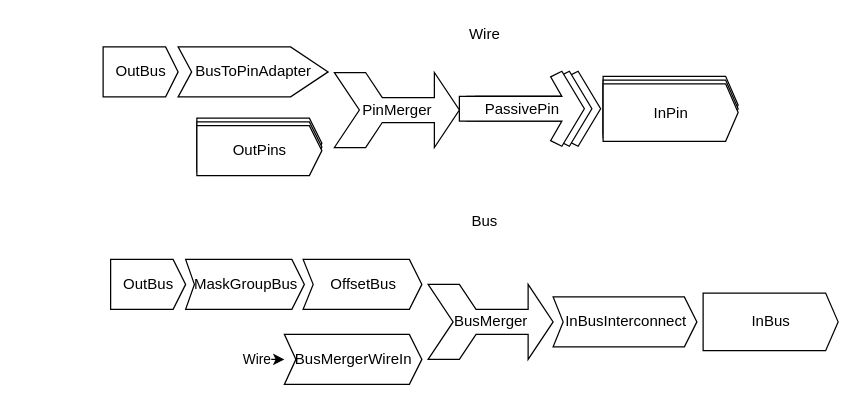
kopavel/KiCadLogicalSchemeSimulator keeps this draw.io diagram as stuff/model.drawio. Above is the earlier version. Source tidied: cells renumbered, new cells numbered last; positions are measured from the earlier drawing's top-left corner, leaving out a move shared by most shapes. Both pictures are drawn from the tidied source at 125%, with x=0, y=0 at pixel (102, 21).
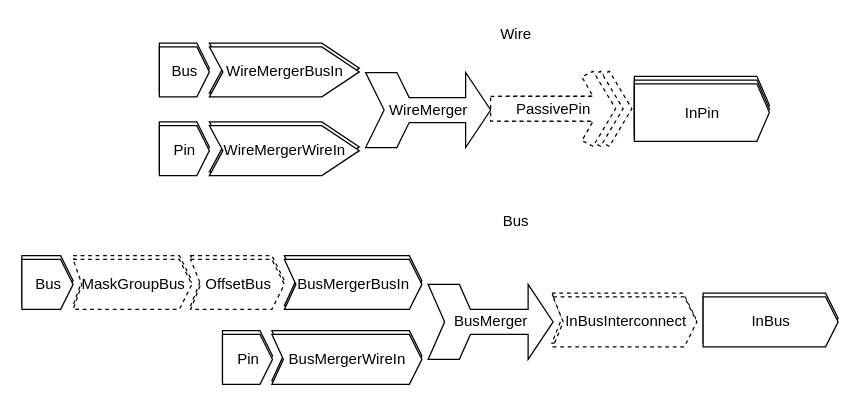
Above is the later version.

Diff of the diagram source:
```diff
@@
+    <mxCell id="25" style="html=1;shadow=0;dashed=0;align=center;verticalAlign=middle;shape=mxgraph.arrows2.arrow;dy=0;dx=10;notch=9.23;" parent="1" vertex="1">
+      <mxGeometry x="145" y="187" width="110" height="40" as="geometry" />
+    </mxCell>
+    <mxCell id="26" style="html=1;shadow=0;dashed=0;align=center;verticalAlign=middle;shape=mxgraph.arrows2.arrow;dy=0;dx=30;notch=10.83;" parent="1" vertex="1">
+      <mxGeometry x="85" y="80" width="120" height="40" as="geometry" />
+    </mxCell>
+    <mxCell id="27" style="html=1;shadow=0;dashed=0;align=center;verticalAlign=middle;shape=mxgraph.arrows2.arrow;dy=0;dx=10;notch=0;" parent="1" vertex="1">
+      <mxGeometry x="480" y="217" width="108" height="40" as="geometry" />
+    </mxCell>
+    <mxCell id="28" style="html=1;shadow=0;dashed=1;align=center;verticalAlign=middle;shape=mxgraph.arrows2.arrow;dy=0;dx=10;notch=8.03;" parent="1" vertex="1">
+      <mxGeometry x="359" y="217" width="115" height="40" as="geometry" />
+    </mxCell>
+    <mxCell id="29" style="html=1;shadow=0;dashed=0;align=center;verticalAlign=middle;shape=mxgraph.arrows2.arrow;dy=0;dx=10;notch=9.23;" parent="1" vertex="1">
+      <mxGeometry x="135" y="247" width="120" height="40" as="geometry" />
+    </mxCell>
+    <mxCell id="30" style="html=1;shadow=0;dashed=0;align=center;verticalAlign=middle;shape=mxgraph.arrows2.arrow;dy=0;dx=10;notch=0;" parent="1" vertex="1">
+      <mxGeometry x="-65" y="187" width="41" height="40" as="geometry" />
+    </mxCell>
+    <mxCell id="31" style="html=1;shadow=0;dashed=1;align=center;verticalAlign=middle;shape=mxgraph.arrows2.arrow;dy=0;dx=10;notch=7.02;" parent="1" vertex="1">
+      <mxGeometry x="-24" y="187" width="95" height="40" as="geometry" />
+    </mxCell>
+    <mxCell id="32" style="html=1;shadow=0;dashed=1;align=center;verticalAlign=middle;shape=mxgraph.arrows2.arrow;dy=0;dx=10;notch=8.03;" parent="1" vertex="1">
+      <mxGeometry x="70" y="187" width="75" height="40" as="geometry" />
+    </mxCell>
+    <mxCell id="33" style="html=1;shadow=0;dashed=0;align=center;verticalAlign=middle;shape=mxgraph.arrows2.arrow;dy=0;dx=10;notch=0;" parent="1" vertex="1">
+      <mxGeometry x="45" y="17" width="40" height="40" as="geometry" />
+    </mxCell>
+    <mxCell id="34" style="html=1;shadow=0;dashed=0;align=center;verticalAlign=middle;shape=mxgraph.arrows2.arrow;dy=0;dx=30;notch=10.83;" parent="1" vertex="1">
+      <mxGeometry x="85" y="17" width="120" height="40" as="geometry" />
+    </mxCell>
-    <mxCell id="2" style="html=1;shadow=0;dashed=0;align=center;verticalAlign=middle;shape=mxgraph.arrows2.sharpArrow2;dy1=0.67;dx1=18;dx2=18;dy3=0.15;dx3=27;notch=0;" parent="1" vertex="1">
-      <mxGeometry x="298" y="39.5" width="100" height="60" as="geometry" />
+    <mxCell id="2" style="html=1;shadow=0;dashed=1;align=center;verticalAlign=middle;shape=mxgraph.arrows2.sharpArrow2;dy1=0.67;dx1=18;dx2=18;dy3=0.15;dx3=27;notch=0;" parent="1" vertex="1">
+      <mxGeometry x="323" y="39.5" width="100" height="60" as="geometry" />
     </mxCell>
-    <mxCell id="3" style="html=1;shadow=0;dashed=0;align=center;verticalAlign=middle;shape=mxgraph.arrows2.sharpArrow2;dy1=0.67;dx1=18;dx2=18;dy3=0.15;dx3=27;notch=0;" parent="1" vertex="1">
-      <mxGeometry x="291" y="39.5" width="100" height="60" as="geometry" />
+    <mxCell id="3" style="html=1;shadow=0;dashed=1;align=center;verticalAlign=middle;shape=mxgraph.arrows2.sharpArrow2;dy1=0.67;dx1=18;dx2=18;dy3=0.15;dx3=27;notch=0;" parent="1" vertex="1">
+      <mxGeometry x="316" y="39.5" width="100" height="60" as="geometry" />
     </mxCell>
     <mxCell id="4" style="html=1;shadow=0;dashed=0;align=center;verticalAlign=middle;shape=mxgraph.arrows2.arrow;dy=0;dx=10;notch=0;" parent="1" vertex="1">
-      <mxGeometry x="75" y="77" width="100" height="40" as="geometry" />
+      <mxGeometry x="45" y="80" width="40" height="40" as="geometry" />
     </mxCell>
-    <mxCell id="5" style="html=1;shadow=0;dashed=0;align=center;verticalAlign=middle;shape=mxgraph.arrows2.arrow;dy=0;dx=10;notch=0;" parent="1" vertex="1">
-      <mxGeometry x="75" y="80" width="100" height="40" as="geometry" />
-    </mxCell>
-    <mxCell id="6" value="PassivePin" style="html=1;shadow=0;dashed=0;align=center;verticalAlign=middle;shape=mxgraph.arrows2.sharpArrow2;dy1=0.67;dx1=18;dx2=18;dy3=0.15;dx3=27;notch=0;" parent="1" vertex="1">
-      <mxGeometry x="285" y="39.5" width="100" height="60" as="geometry" />
+    <mxCell id="6" value="PassivePin" style="html=1;shadow=0;dashed=1;align=center;verticalAlign=middle;shape=mxgraph.arrows2.sharpArrow2;dy1=0.67;dx1=18;dx2=18;dy3=0.15;dx3=27;notch=0;" parent="1" vertex="1">
+      <mxGeometry x="310" y="39.5" width="100" height="60" as="geometry" />
     </mxCell>
     <mxCell id="7" value="&lt;div style=&quot;background-color: #ffffff ; color: #080808&quot;&gt;&lt;pre style=&quot;font-family: &amp;#34;lucida console&amp;#34; , monospace ; font-size: 9 8pt&quot;&gt;&lt;br&gt;&lt;/pre&gt;&lt;/div&gt;" style="html=1;shadow=0;dashed=0;align=center;verticalAlign=middle;shape=mxgraph.arrows2.arrow;dy=0;dx=10;notch=0;" parent="1" vertex="1">
-      <mxGeometry x="400" y="43.5" width="108" height="46" as="geometry" />
+      <mxGeometry x="425" y="43.5" width="108" height="46" as="geometry" />
     </mxCell>
-    <mxCell id="8" value="OutPins" style="html=1;shadow=0;dashed=0;align=center;verticalAlign=middle;shape=mxgraph.arrows2.arrow;dy=0;dx=10;notch=0;" parent="1" vertex="1">
-      <mxGeometry x="75" y="83" width="100" height="40" as="geometry" />
+    <mxCell id="8" value="Pin" style="html=1;shadow=0;dashed=0;align=center;verticalAlign=middle;shape=mxgraph.arrows2.arrow;dy=0;dx=10;notch=0;" parent="1" vertex="1">
+      <mxGeometry x="45" y="83" width="40" height="40" as="geometry" />
     </mxCell>
     <mxCell id="9" value="&lt;div style=&quot;background-color: #ffffff ; color: #080808&quot;&gt;&lt;pre style=&quot;font-family: &amp;#34;lucida console&amp;#34; , monospace ; font-size: 9 8pt&quot;&gt;&lt;br&gt;&lt;/pre&gt;&lt;/div&gt;" style="html=1;shadow=0;dashed=0;align=center;verticalAlign=middle;shape=mxgraph.arrows2.arrow;dy=0;dx=10;notch=0;" parent="1" vertex="1">
-      <mxGeometry x="400" y="46.5" width="108" height="46" as="geometry" />
+      <mxGeometry x="425" y="46.5" width="108" height="46" as="geometry" />
     </mxCell>
     <mxCell id="10" value="InPin" style="html=1;shadow=0;dashed=0;align=center;verticalAlign=middle;shape=mxgraph.arrows2.arrow;dy=0;dx=10;notch=0;" parent="1" vertex="1">
-      <mxGeometry x="400" y="49.5" width="108" height="46" as="geometry" />
+      <mxGeometry x="425" y="49.5" width="108" height="46" as="geometry" />
     </mxCell>
     <mxCell id="11" value="Wire" style="text;html=1;align=center;verticalAlign=middle;strokeColor=none;fillColor=none;" parent="1" vertex="1">
-      <mxGeometry x="285" width="40" height="20" as="geometry" />
+      <mxGeometry x="310" width="40" height="20" as="geometry" />
     </mxCell>
     <mxCell id="12" value="Bus" style="text;html=1;align=center;verticalAlign=middle;strokeColor=none;fillColor=none;" parent="1" vertex="1">
-      <mxGeometry x="285" y="150" width="40" height="20" as="geometry" />
+      <mxGeometry x="310" y="150" width="40" height="20" as="geometry" />
     </mxCell>
-    <mxCell id="13" value="OutBus" style="html=1;shadow=0;dashed=0;align=center;verticalAlign=middle;shape=mxgraph.arrows2.arrow;dy=0;dx=10;notch=0;" parent="1" vertex="1">
-      <mxGeometry y="20" width="60" height="40" as="geometry" />
+    <mxCell id="13" value="Bus" style="html=1;shadow=0;dashed=0;align=center;verticalAlign=middle;shape=mxgraph.arrows2.arrow;dy=0;dx=10;notch=0;" parent="1" vertex="1">
+      <mxGeometry x="45" y="20" width="40" height="40" as="geometry" />
     </mxCell>
-    <mxCell id="14" value="BusToPinAdapter" style="html=1;shadow=0;dashed=0;align=center;verticalAlign=middle;shape=mxgraph.arrows2.arrow;dy=0;dx=30;notch=10.83;" parent="1" vertex="1">
-      <mxGeometry x="60" y="20" width="120" height="40" as="geometry" />
+    <mxCell id="14" value="WireMergerBusIn" style="html=1;shadow=0;dashed=0;align=center;verticalAlign=middle;shape=mxgraph.arrows2.arrow;dy=0;dx=30;notch=10.83;" parent="1" vertex="1">
+      <mxGeometry x="85" y="20" width="120" height="40" as="geometry" />
     </mxCell>
-    <mxCell id="15" value="PinMerger" style="html=1;shadow=0;dashed=0;align=center;verticalAlign=middle;shape=mxgraph.arrows2.tailedNotchedArrow;dy1=10;dx1=20;notch=20;arrowHead=20;dx2=25;dy2=30;" parent="1" vertex="1">
-      <mxGeometry x="185" y="40.5" width="100" height="60" as="geometry" />
+    <mxCell id="15" value="WireMerger" style="html=1;shadow=0;dashed=0;align=center;verticalAlign=middle;shape=mxgraph.arrows2.tailedNotchedArrow;dy1=10;dx1=20;notch=14.81;arrowHead=20;dx2=25;dy2=30;" parent="1" vertex="1">
+      <mxGeometry x="210" y="40.5" width="100" height="60" as="geometry" />
     </mxCell>
-    <mxCell id="16" value="OutBus" style="html=1;shadow=0;dashed=0;align=center;verticalAlign=middle;shape=mxgraph.arrows2.arrow;dy=0;dx=10;notch=0;" parent="1" vertex="1">
-      <mxGeometry x="6" y="190" width="60" height="40" as="geometry" />
+    <mxCell id="16" value="Bus" style="html=1;shadow=0;dashed=0;align=center;verticalAlign=middle;shape=mxgraph.arrows2.arrow;dy=0;dx=10;notch=0;" parent="1" vertex="1">
+      <mxGeometry x="-65" y="190" width="41" height="40" as="geometry" />
     </mxCell>
-    <mxCell id="17" value="BusMerger" style="html=1;shadow=0;dashed=0;align=center;verticalAlign=middle;shape=mxgraph.arrows2.tailedNotchedArrow;dy1=10;dx1=20;notch=20;arrowHead=20;dx2=25;dy2=30;" parent="1" vertex="1">
+    <mxCell id="17" value="BusMerger" style="html=1;shadow=0;dashed=0;align=center;verticalAlign=middle;shape=mxgraph.arrows2.tailedNotchedArrow;dy1=10;dx1=20;notch=13.24;arrowHead=20;dx2=25;dy2=30;" parent="1" vertex="1">
       <mxGeometry x="260" y="210" width="100" height="60" as="geometry" />
     </mxCell>
-    <mxCell id="18" value="MaskGroupBus" style="html=1;shadow=0;dashed=0;align=center;verticalAlign=middle;shape=mxgraph.arrows2.arrow;dy=0;dx=10;notch=7.02;" parent="1" vertex="1">
-      <mxGeometry x="66" y="190" width="95" height="40" as="geometry" />
+    <mxCell id="18" value="MaskGroupBus" style="html=1;shadow=0;dashed=1;align=center;verticalAlign=middle;shape=mxgraph.arrows2.arrow;dy=0;dx=10;notch=7.02;" parent="1" vertex="1">
+      <mxGeometry x="-24" y="190" width="95" height="40" as="geometry" />
     </mxCell>
-    <mxCell id="19" value="OffsetBus" style="html=1;shadow=0;dashed=0;align=center;verticalAlign=middle;shape=mxgraph.arrows2.arrow;dy=0;dx=10;notch=8.03;" parent="1" vertex="1">
-      <mxGeometry x="160" y="190" width="95" height="40" as="geometry" />
+    <mxCell id="19" value="OffsetBus" style="html=1;shadow=0;dashed=1;align=center;verticalAlign=middle;shape=mxgraph.arrows2.arrow;dy=0;dx=10;notch=8.03;" parent="1" vertex="1">
+      <mxGeometry x="70" y="190" width="75" height="40" as="geometry" />
     </mxCell>
     <mxCell id="20" value="BusMergerWireIn" style="html=1;shadow=0;dashed=0;align=center;verticalAlign=middle;shape=mxgraph.arrows2.arrow;dy=0;dx=10;notch=9.23;" parent="1" vertex="1">
-      <mxGeometry x="145" y="250" width="110" height="40" as="geometry" />
+      <mxGeometry x="135" y="250" width="120" height="40" as="geometry" />
     </mxCell>
-    <mxCell id="21" style="endArrow=classic;html=1;rounded=0;" parent="1" edge="1">
-      <mxGeometry relative="1" as="geometry">
-        <mxPoint x="115" y="270" as="sourcePoint" />
-        <mxPoint x="145" y="270" as="targetPoint" />
-      </mxGeometry>
-    </mxCell>
-    <mxCell id="22" value="Wire" style="edgeLabel;html=1;align=center;verticalAlign=middle;" parent="21" vertex="1">
-      <mxGeometry x="-0.52" y="1" relative="1" as="geometry" />
-    </mxCell>
-    <mxCell id="23" value="InBusInterconnect" style="html=1;shadow=0;dashed=0;align=center;verticalAlign=middle;shape=mxgraph.arrows2.arrow;dy=0;dx=10;notch=8.03;" parent="1" vertex="1">
+    <mxCell id="23" value="InBusInterconnect" style="html=1;shadow=0;dashed=1;align=center;verticalAlign=middle;shape=mxgraph.arrows2.arrow;dy=0;dx=10;notch=8.03;" parent="1" vertex="1">
       <mxGeometry x="360" y="220" width="115" height="40" as="geometry" />
     </mxCell>
     <mxCell id="24" value="InBus" style="html=1;shadow=0;dashed=0;align=center;verticalAlign=middle;shape=mxgraph.arrows2.arrow;dy=0;dx=10;notch=0;" parent="1" vertex="1">
-      <mxGeometry x="480" y="217" width="108" height="46" as="geometry" />
+      <mxGeometry x="480" y="220" width="108" height="40" as="geometry" />
     </mxCell>
+    <mxCell id="35" value="WireMergerWireIn" style="html=1;shadow=0;dashed=0;align=center;verticalAlign=middle;shape=mxgraph.arrows2.arrow;dy=0;dx=30;notch=10.83;" parent="1" vertex="1">
+      <mxGeometry x="85" y="83" width="120" height="40" as="geometry" />
+    </mxCell>
+    <mxCell id="36" value="BusMergerBusIn" style="html=1;shadow=0;dashed=0;align=center;verticalAlign=middle;shape=mxgraph.arrows2.arrow;dy=0;dx=10;notch=9.23;" parent="1" vertex="1">
+      <mxGeometry x="145" y="190" width="110" height="40" as="geometry" />
+    </mxCell>
+    <mxCell id="37" style="html=1;shadow=0;dashed=0;align=center;verticalAlign=middle;shape=mxgraph.arrows2.arrow;dy=0;dx=10;notch=0;" parent="1" vertex="1">
+      <mxGeometry x="95.5" y="247" width="40" height="40" as="geometry" />
+    </mxCell>
+    <mxCell id="38" value="Pin" style="html=1;shadow=0;dashed=0;align=center;verticalAlign=middle;shape=mxgraph.arrows2.arrow;dy=0;dx=10;notch=0;" parent="1" vertex="1">
+      <mxGeometry x="95.5" y="250" width="40" height="40" as="geometry" />
+    </mxCell>
```
